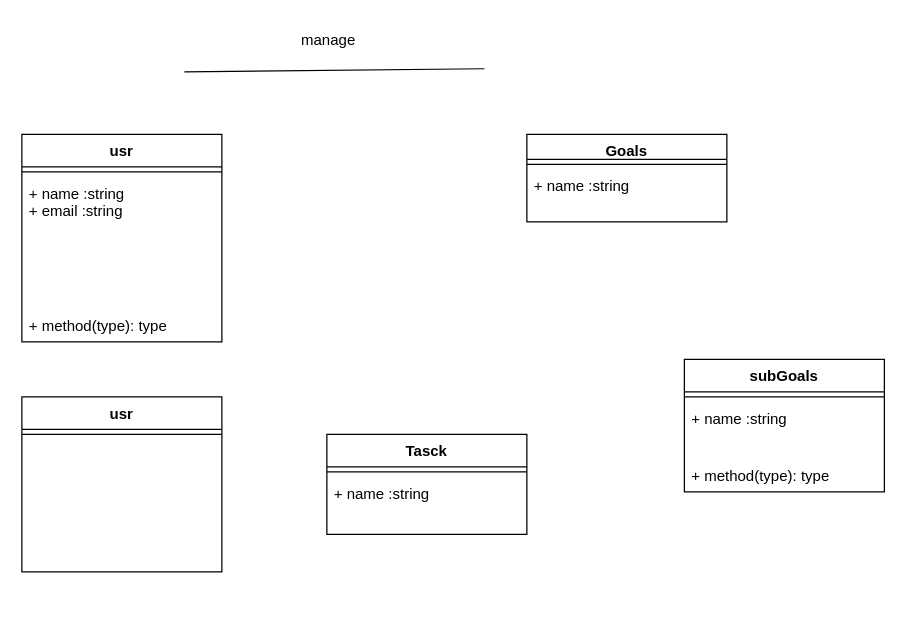
thimar-app/thimar keeps this draw.io diagram as Diagramme sans nom.drawio. Above is the earlier version. Source tidied: cells renumbered, new cells numbered last; positions are measured from the earlier drawing's top-left corner, leaving out a move shared by most shapes. Both pictures are drawn from the tidied source at 125%, with x=0, y=0 at pixel (21, 21).
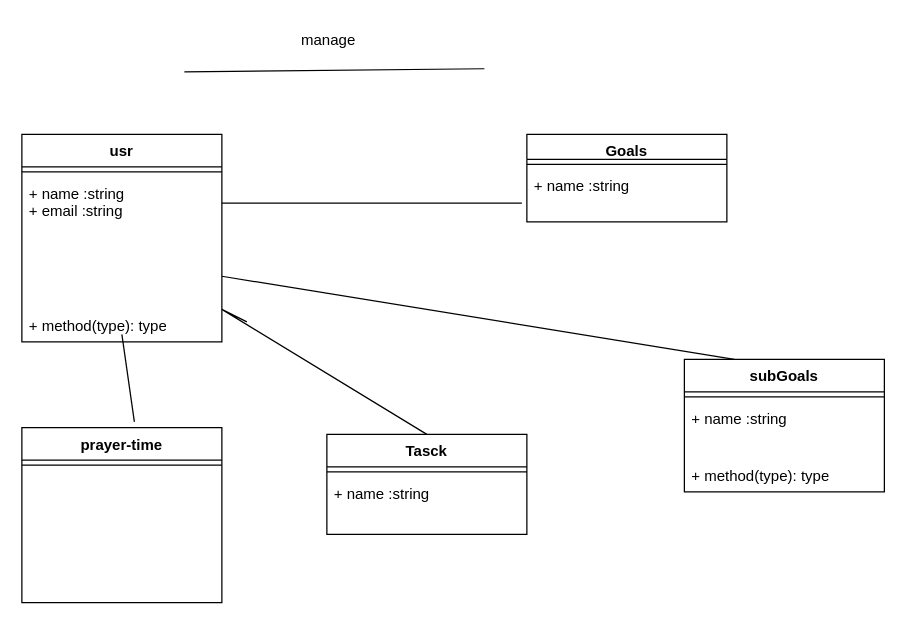
The same page after the edit.

Commit message (it also covers changes not shown here):
Mettre à jour Diagramme sans nom.drawio

Unchanged cells that the change refers to:
```xml
<mxCell id="8" value="subGoals" style="swimlane;fontStyle=1;align=center;verticalAlign=top;horizontal=1;startSize=26;whiteSpace=wrap;html=1;" parent="1" vertex="1">
  <mxGeometry x="530" y="270" width="160" height="106" as="geometry" />
</mxCell>
<mxCell id="12" value="Tasck" style="swimlane;fontStyle=1;align=center;verticalAlign=top;horizontal=1;startSize=26;whiteSpace=wrap;html=1;" parent="1" vertex="1">
  <mxGeometry x="244" y="330" width="160" height="80" as="geometry" />
</mxCell>
```

Change to the diagram source:
```diff
@@
-    <mxCell id="15" value="usr" style="swimlane;fontStyle=1;align=center;verticalAlign=top;horizontal=1;startSize=26;whiteSpace=wrap;html=1;" parent="1" vertex="1">
-      <mxGeometry y="300" width="160" height="140" as="geometry" />
+    <mxCell id="15" value="prayer-time&lt;div&gt;&lt;br&gt;&lt;/div&gt;" style="swimlane;fontStyle=1;align=center;verticalAlign=top;horizontal=1;startSize=26;whiteSpace=wrap;html=1;" parent="1" vertex="1">
+      <mxGeometry y="324.5" width="160" height="140" as="geometry" />
     </mxCell>
@@
+    <mxCell id="21" style="line;strokeWidth=1;fillColor=none;align=left;verticalAlign=middle;spacingTop=-1;spacingLeft=3;spacingRight=3;labelPosition=right;strokeColor=inherit;" parent="1" vertex="1">
+      <mxGeometry x="160" y="130" width="240" height="30" as="geometry" />
+    </mxCell>
+    <mxCell id="22" style="endArrow=none;html=1;rounded=0;entryX=0.25;entryY=0;entryDx=0;entryDy=0;" parent="1" edge="1" target="8">
+      <mxGeometry relative="1" as="geometry">
+        <mxPoint x="160" y="203.5" as="sourcePoint" />
+      </mxGeometry>
+    </mxCell>
+    <mxCell id="23" style="endArrow=none;html=1;rounded=0;exitX=0.5;exitY=0;exitDx=0;exitDy=0;" parent="1" edge="1" source="12">
+      <mxGeometry relative="1" as="geometry">
+        <mxPoint x="180" y="240" as="targetPoint" />
+        <Array as="points">
+          <mxPoint x="160" y="230" />
+        </Array>
+      </mxGeometry>
+    </mxCell>
+    <mxCell id="24" style="endArrow=none;html=1;rounded=0;" parent="1" edge="1">
+      <mxGeometry relative="1" as="geometry">
+        <mxPoint x="90" y="320" as="sourcePoint" />
+        <mxPoint x="80" y="250" as="targetPoint" />
+      </mxGeometry>
+    </mxCell>
```
